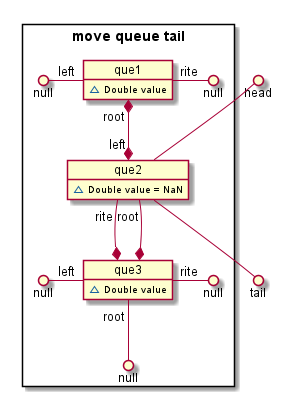
Above: src/docs/UML/reorderScheme/static/_05_queue.png in vitalispopoff/calculator (PlantUML), before the change.
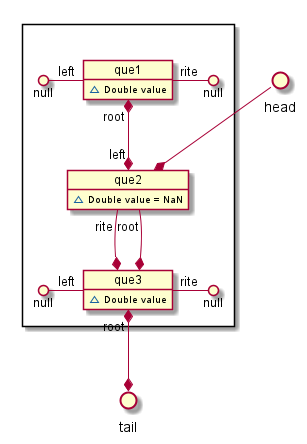
After the change.

Change to the diagram source:
```diff
@@ -1,30 +1,31 @@
 @startuml
 
-package "move queue tail" <<Rectangle>>{
+() head
+() tail
+
+package " " <<Rectangle>>{
+
+    head --*  que2
 
     object que1{
         ~ Double value
     }
         null ()- "left" que1
         que1 "rite" -() null
+        que1 "root" *--* "left" que2
 
     object que2{
         ~ Double value = NaN
     }
-        que1 "root" *--* "left" que2
-        que2 "rite"--* que3
-       que2 "root" --* que3
+        que2 "rite" --* que3
+        que2 "root" --*  que3
 
     object que3{
         ~ Double value
     }
         null ()- "left" que3
         que3 "rite" -() null
-        que3 "root" --() null
-
+        que3 "root" *--* tail
 
 }
-    que2 --() tail
-    head ()-- que2
-
 @enduml
```
